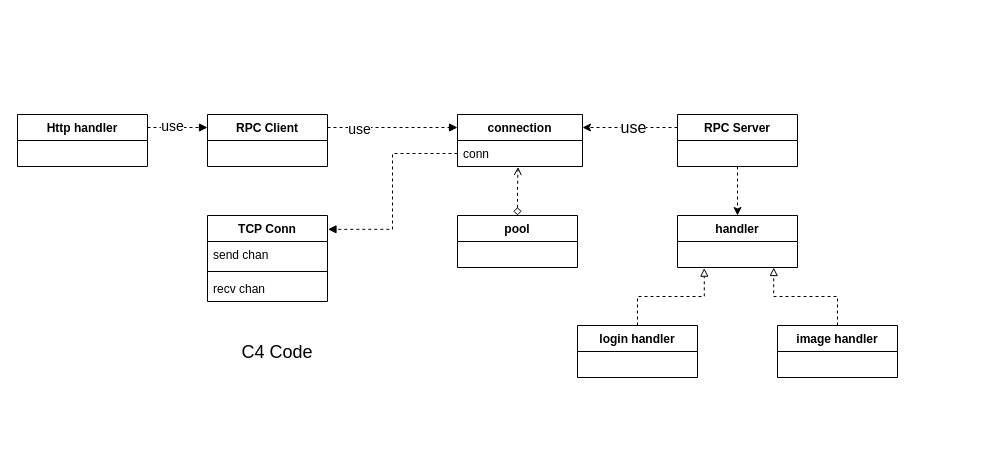
This is network/C4-code.drawio from xiaobaiTech/image, a draw.io file, before an edit. Source tidied: cells renumbered, new cells numbered last; positions are measured from the earlier drawing's top-left corner, leaving out a move shared by most shapes. Both pictures are drawn from the tidied source at 100%, with x=0, y=0 at pixel (17, 17).
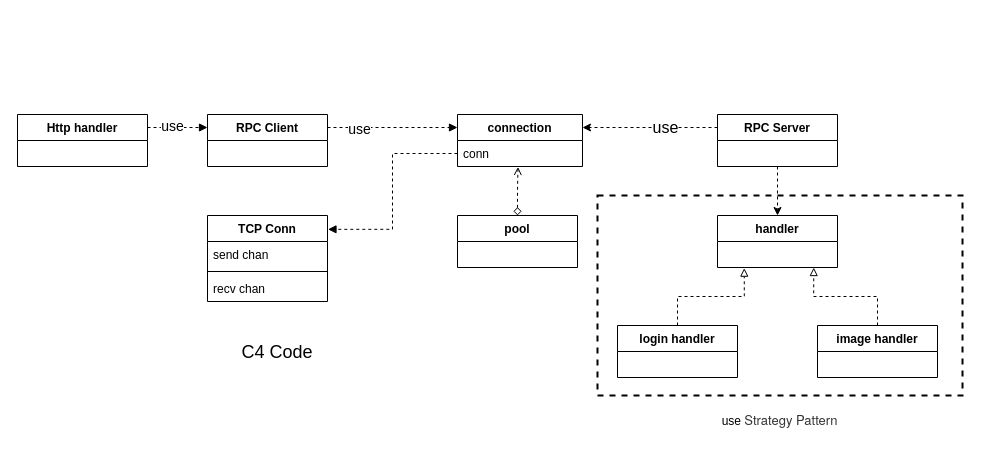
After the change.

Change to the diagram source:
```diff
@@
     <mxCell id="17" value="RPC Server" style="swimlane;fontStyle=1;align=center;verticalAlign=top;horizontal=1;startSize=26;" parent="1" vertex="1">
-      <mxGeometry x="660" y="97" width="120" height="52" as="geometry" />
+      <mxGeometry x="700" y="97" width="120" height="52" as="geometry" />
     </mxCell>
@@
     <mxCell id="21" value="handler" style="swimlane;fontStyle=1;align=center;verticalAlign=top;horizontal=1;startSize=26;" parent="1" vertex="1">
-      <mxGeometry x="660" y="198" width="120" height="52" as="geometry" />
+      <mxGeometry x="700" y="198" width="120" height="52" as="geometry" />
     </mxCell>
@@
     <mxCell id="24" value="login handler" style="swimlane;fontStyle=1;align=center;verticalAlign=top;horizontal=1;startSize=26;" parent="1" vertex="1">
-      <mxGeometry x="560" y="308" width="120" height="52" as="geometry" />
+      <mxGeometry x="600" y="308" width="120" height="52" as="geometry" />
     </mxCell>
@@
     <mxCell id="26" value="image handler" style="swimlane;fontStyle=1;align=center;verticalAlign=top;horizontal=1;startSize=26;" parent="1" vertex="1">
-      <mxGeometry x="760" y="308" width="120" height="52" as="geometry" />
+      <mxGeometry x="800" y="308" width="120" height="52" as="geometry" />
     </mxCell>
@@
+    <mxCell id="33" style="rounded=0;whiteSpace=wrap;html=1;fillColor=none;dashed=1;strokeWidth=2;" parent="1" vertex="1">
+      <mxGeometry x="580" y="178" width="365" height="200" as="geometry" />
+    </mxCell>
+    <mxCell id="34" value="use&amp;nbsp;&lt;span style=&quot;color: rgb(51 , 51 , 51) ; font-family: &amp;#34;helvetica neue&amp;#34; , &amp;#34;helvetica&amp;#34; , &amp;#34;pingfang sc&amp;#34; , &amp;#34;hiragino sans gb&amp;#34; , &amp;#34;microsoft yahei&amp;#34; , &amp;#34;noto sans cjk sc&amp;#34; , &amp;#34;wenquanyi micro hei&amp;#34; , &amp;#34;arial&amp;#34; , sans-serif ; font-size: 13px ; background-color: rgb(255 , 255 , 255)&quot;&gt;Strategy Pattern&lt;/span&gt;" style="text;html=1;strokeColor=none;fillColor=none;align=center;verticalAlign=middle;whiteSpace=wrap;rounded=0;dashed=1;" parent="1" vertex="1">
+      <mxGeometry x="690" y="388" width="145" height="30" as="geometry" />
+    </mxCell>
```
